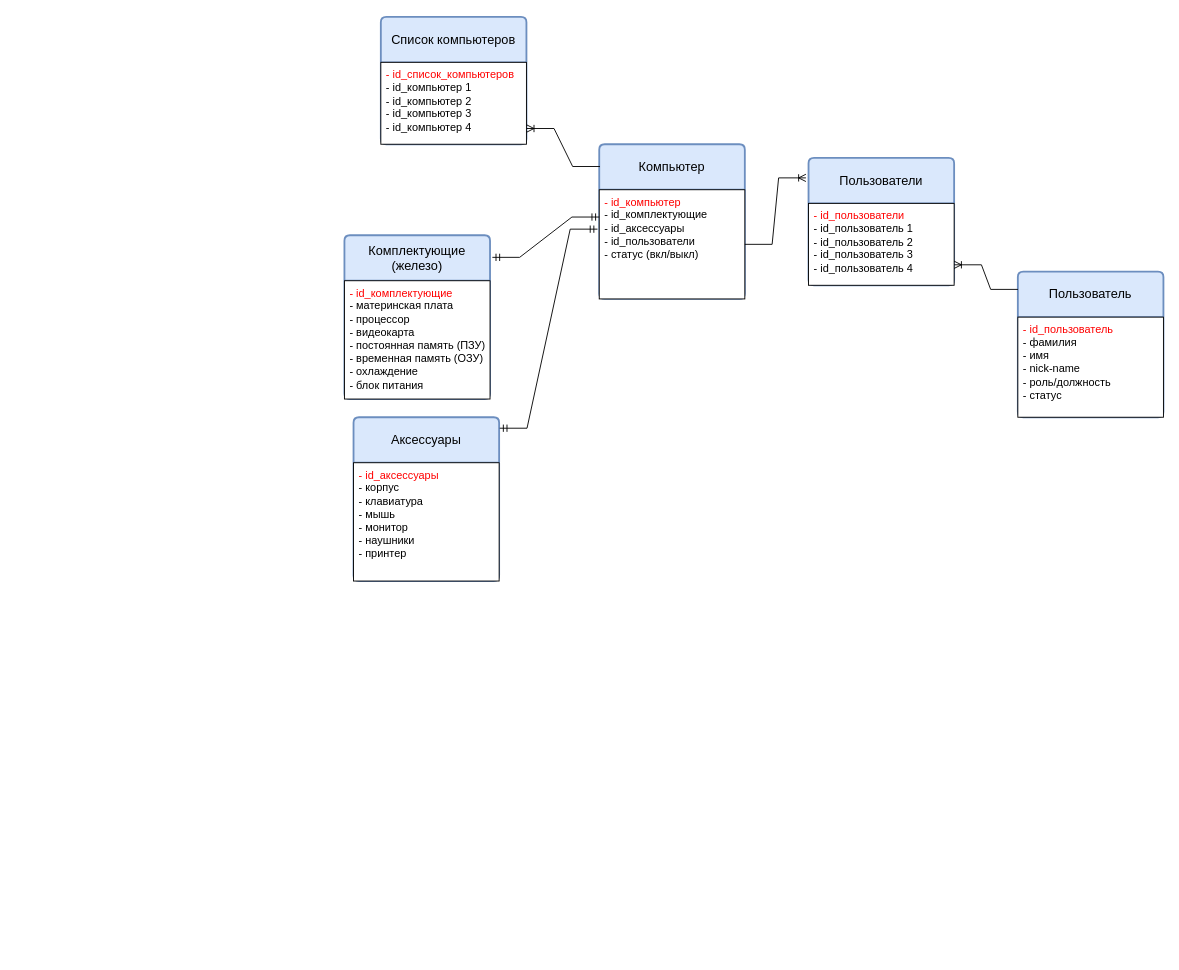
This is LW_1/DB_LW_1-computers.drawio from KREeDo5/data-bases, a draw.io file, before an edit. Source tidied: cells renumbered, new cells numbered last; positions are measured from the earlier drawing's top-left corner, leaving out a move shared by most shapes. Both pictures are drawn from the tidied source at 91%, with x=0, y=0 at pixel (344, 16).
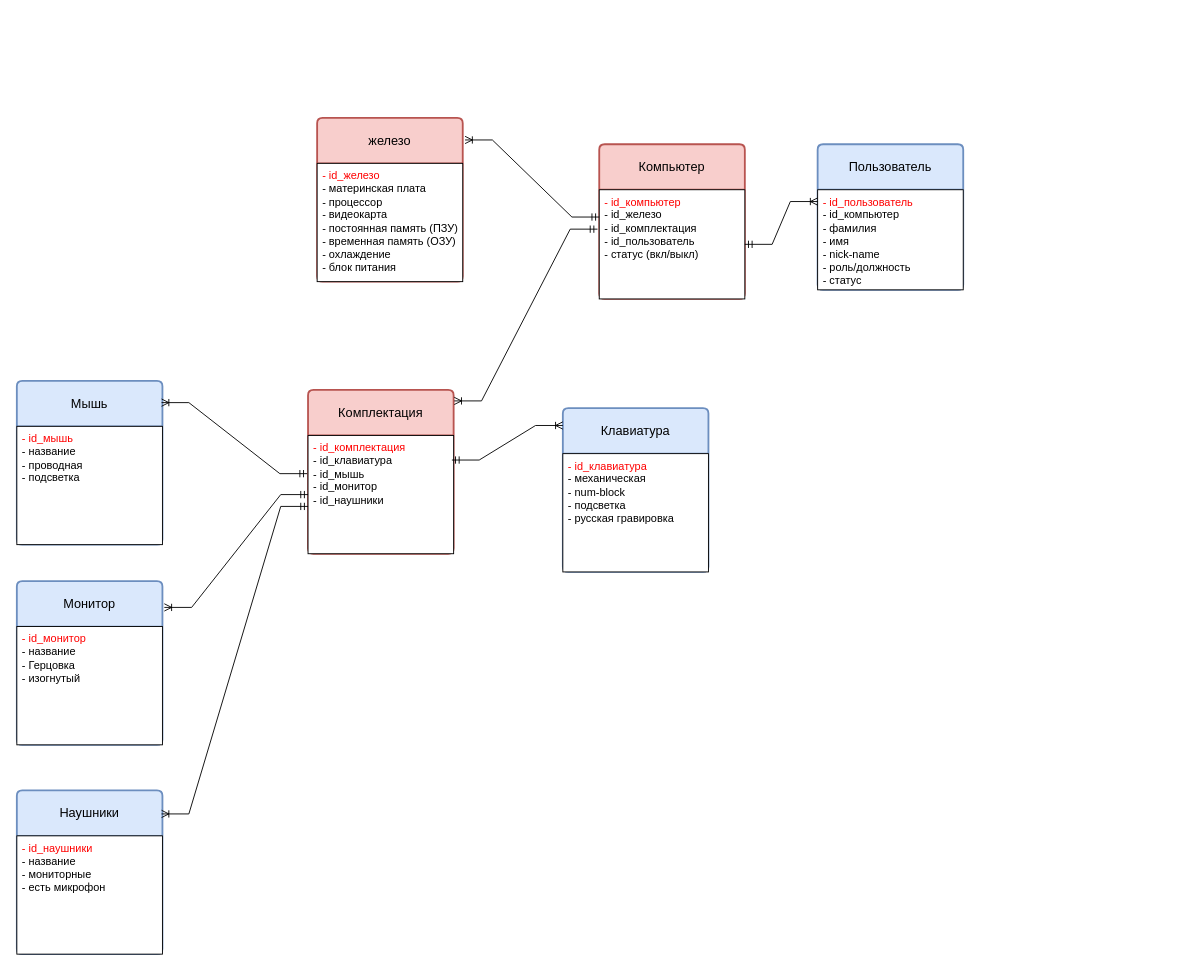
Above is the later version.

Diff of the diagram source:
```diff
@@
-    <mxCell id="2" value="Список компьютеров" style="swimlane;horizontal=1;startSize=50;rounded=1;fontSize=14;fontStyle=0;strokeWidth=2;shadow=0;dashed=0;align=center;arcSize=4;whiteSpace=wrap;html=1;fillColor=#dae8fc;strokeColor=#6c8ebf;" parent="1" vertex="1">
-      <mxGeometry x="40" width="160" height="140" as="geometry" />
-    </mxCell>
-    <mxCell id="3" value="&lt;font color=&quot;#ff0000&quot;&gt;- id_список_компьютеров&lt;br&gt;&lt;/font&gt;- id_компьютер 1&lt;br&gt;- id_компьютер 2&lt;br&gt;- id_компьютер 3&lt;br&gt;- id_компьютер 4" style="align=left;spacingLeft=4;fontSize=12;verticalAlign=top;html=1;" parent="2" vertex="1">
-      <mxGeometry y="50" width="160" height="90" as="geometry" />
-    </mxCell>
-    <mxCell id="4" value="Компьютер" style="swimlane;horizontal=1;startSize=50;rounded=1;fontSize=14;fontStyle=0;strokeWidth=2;shadow=0;dashed=0;align=center;arcSize=4;whiteSpace=wrap;html=1;fillColor=#dae8fc;strokeColor=#6c8ebf;" parent="1" vertex="1">
+    <mxCell id="4" value="Компьютер" style="swimlane;horizontal=1;startSize=50;rounded=1;fontSize=14;fontStyle=0;strokeWidth=2;shadow=0;dashed=0;align=center;arcSize=4;whiteSpace=wrap;html=1;fillColor=#f8cecc;strokeColor=#b85450;" parent="1" vertex="1">
       <mxGeometry x="280" y="140" width="160" height="170" as="geometry" />
     </mxCell>
-    <mxCell id="5" value="&lt;font color=&quot;#ff0000&quot;&gt;- id_компьютер&lt;br&gt;&lt;/font&gt;- id_комплектующие&lt;br style=&quot;border-color: var(--border-color);&quot;&gt;- id_аксессуары&lt;br&gt;- id_пользователи&lt;br&gt;- статус (вкл/выкл)" style="align=left;spacingLeft=4;fontSize=12;verticalAlign=top;html=1;" parent="4" vertex="1">
+    <mxCell id="5" value="&lt;font color=&quot;#ff0000&quot;&gt;- id_компьютер&lt;br&gt;&lt;/font&gt;- id_железо&lt;br style=&quot;border-color: var(--border-color);&quot;&gt;- id_комплектация&lt;br&gt;- id_пользователь&lt;br&gt;- статус (вкл/выкл)" style="align=left;spacingLeft=4;fontSize=12;verticalAlign=top;html=1;" parent="4" vertex="1">
       <mxGeometry y="50" width="160" height="120" as="geometry" />
     </mxCell>
-    <mxCell id="6" value="Аксессуары" style="swimlane;horizontal=1;startSize=50;rounded=1;fontSize=14;fontStyle=0;strokeWidth=2;shadow=0;dashed=0;align=center;arcSize=4;whiteSpace=wrap;html=1;fillColor=#dae8fc;strokeColor=#6c8ebf;" parent="1" vertex="1">
-      <mxGeometry x="10" y="440" width="160" height="180" as="geometry" />
+    <mxCell id="6" value="Комплектация" style="swimlane;horizontal=1;startSize=50;rounded=1;fontSize=14;fontStyle=0;strokeWidth=2;shadow=0;dashed=0;align=center;arcSize=4;whiteSpace=wrap;html=1;fillColor=#f8cecc;strokeColor=#b85450;" parent="1" vertex="1">
+      <mxGeometry x="-40" y="410" width="160" height="180" as="geometry" />
     </mxCell>
-    <mxCell id="7" value="&lt;font color=&quot;#ff0000&quot;&gt;- id_аксессуары&lt;br&gt;&lt;/font&gt;- корпус&lt;br style=&quot;border-color: var(--border-color); color: rgb(255, 0, 0);&quot;&gt;- клавиатура&lt;br&gt;- мышь&lt;br&gt;- монитор&lt;br&gt;- наушники&lt;br&gt;- принтер&lt;br&gt;" style="align=left;spacingLeft=4;fontSize=12;verticalAlign=top;html=1;" parent="6" vertex="1">
+    <mxCell id="7" value="&lt;font color=&quot;#ff0000&quot;&gt;- id_комплектация&lt;/font&gt;&lt;br style=&quot;border-color: var(--border-color); color: rgb(255, 0, 0);&quot;&gt;- id_клавиатура&lt;br&gt;- id_мышь&lt;br&gt;- id_монитор&lt;br&gt;- id_наушники" style="align=left;spacingLeft=4;fontSize=12;verticalAlign=top;html=1;" parent="6" vertex="1">
       <mxGeometry y="50" width="160" height="130" as="geometry" />
     </mxCell>
-    <mxCell id="8" style="edgeStyle=entityRelationEdgeStyle;fontSize=12;html=1;endArrow=ERmandOne;startArrow=ERmandOne;rounded=0;exitX=-0.012;exitY=0.361;exitDx=0;exitDy=0;entryX=1.004;entryY=0.067;entryDx=0;entryDy=0;exitPerimeter=0;entryPerimeter=0;" parent="1" edge="1" source="5" target="6">
+    <mxCell id="8" style="edgeStyle=entityRelationEdgeStyle;fontSize=12;html=1;endArrow=ERoneToMany;startArrow=ERmandOne;rounded=0;exitX=-0.012;exitY=0.361;exitDx=0;exitDy=0;entryX=1.004;entryY=0.067;entryDx=0;entryDy=0;exitPerimeter=0;entryPerimeter=0;startFill=0;endFill=0;" parent="1" edge="1" source="5" target="6">
       <mxGeometry relative="1" as="geometry" />
     </mxCell>
-    <mxCell id="9" value="Комплектующие&lt;br&gt;(железо)" style="swimlane;horizontal=1;startSize=50;rounded=1;fontSize=14;fontStyle=0;strokeWidth=2;shadow=0;dashed=0;align=center;arcSize=4;whiteSpace=wrap;html=1;fillColor=#dae8fc;strokeColor=#6c8ebf;" parent="1" vertex="1">
-      <mxGeometry y="240" width="160" height="180" as="geometry" />
+    <mxCell id="9" value="железо" style="swimlane;horizontal=1;startSize=50;rounded=1;fontSize=14;fontStyle=0;strokeWidth=2;shadow=0;dashed=0;align=center;arcSize=4;whiteSpace=wrap;html=1;fillColor=#f8cecc;strokeColor=#b85450;" parent="1" vertex="1">
+      <mxGeometry x="-30" y="111" width="160" height="180" as="geometry" />
     </mxCell>
-    <mxCell id="10" value="&lt;font color=&quot;#ff0000&quot;&gt;- id_комплектующие&lt;br&gt;&lt;/font&gt;- материнская плата&lt;br&gt;- процессор&lt;br&gt;- видеокарта&lt;br&gt;- постоянная память (ПЗУ)&lt;br&gt;- временная память (ОЗУ)&lt;br&gt;- охлаждение&lt;br&gt;- блок питания" style="align=left;spacingLeft=4;fontSize=12;verticalAlign=top;html=1;" parent="9" vertex="1">
+    <mxCell id="10" value="&lt;font color=&quot;#ff0000&quot;&gt;- id_железо&lt;br&gt;&lt;/font&gt;- материнская плата&lt;br&gt;- процессор&lt;br&gt;- видеокарта&lt;br&gt;- постоянная память (ПЗУ)&lt;br&gt;- временная память (ОЗУ)&lt;br&gt;- охлаждение&lt;br&gt;- блок питания" style="align=left;spacingLeft=4;fontSize=12;verticalAlign=top;html=1;" parent="9" vertex="1">
       <mxGeometry y="50" width="160" height="130" as="geometry" />
     </mxCell>
-    <mxCell id="11" style="edgeStyle=entityRelationEdgeStyle;fontSize=12;html=1;endArrow=ERmandOne;startArrow=ERmandOne;rounded=0;exitX=0;exitY=0.25;exitDx=0;exitDy=0;entryX=1.016;entryY=0.135;entryDx=0;entryDy=0;entryPerimeter=0;" parent="1" edge="1" source="5" target="9">
+    <mxCell id="11" style="edgeStyle=entityRelationEdgeStyle;fontSize=12;html=1;endArrow=ERoneToMany;startArrow=ERmandOne;rounded=0;exitX=0;exitY=0.25;exitDx=0;exitDy=0;entryX=1.016;entryY=0.135;entryDx=0;entryDy=0;entryPerimeter=0;startFill=0;endFill=0;" parent="1" edge="1" source="5" target="9">
       <mxGeometry relative="1" as="geometry">
         <Array as="points">
           <mxPoint x="270" y="220" />
         </Array>
       </mxGeometry>
     </mxCell>
-    <mxCell id="12" style="edgeStyle=entityRelationEdgeStyle;fontSize=12;html=1;endArrow=ERoneToMany;rounded=0;exitX=0.005;exitY=0.144;exitDx=0;exitDy=0;exitPerimeter=0;entryX=1.002;entryY=0.808;entryDx=0;entryDy=0;entryPerimeter=0;" parent="1" edge="1" source="4" target="3">
-      <mxGeometry relative="1" as="geometry" />
-    </mxCell>
-    <mxCell id="13" value="Пользователи" style="swimlane;horizontal=1;startSize=50;rounded=1;fontSize=14;fontStyle=0;strokeWidth=2;shadow=0;dashed=0;align=center;arcSize=4;whiteSpace=wrap;html=1;fillColor=#dae8fc;strokeColor=#6c8ebf;" parent="1" vertex="1">
-      <mxGeometry x="510" y="155" width="160" height="140" as="geometry" />
-    </mxCell>
-    <mxCell id="14" value="&lt;font color=&quot;#ff0000&quot;&gt;- id_пользователи&lt;br&gt;&lt;/font&gt;- id_пользователь 1&lt;br&gt;- id_пользователь 2&lt;br&gt;- id_пользователь 3&lt;br&gt;- id_пользователь 4" style="align=left;spacingLeft=4;fontSize=12;verticalAlign=top;html=1;" parent="13" vertex="1">
-      <mxGeometry y="50" width="160" height="90" as="geometry" />
-    </mxCell>
     <mxCell id="15" value="Пользователь" style="swimlane;horizontal=1;startSize=50;rounded=1;fontSize=14;fontStyle=0;strokeWidth=2;shadow=0;dashed=0;align=center;arcSize=4;whiteSpace=wrap;html=1;fillColor=#dae8fc;strokeColor=#6c8ebf;" parent="1" vertex="1">
-      <mxGeometry x="740" y="280" width="160" height="160" as="geometry" />
+      <mxGeometry x="520" y="140" width="160" height="160" as="geometry" />
     </mxCell>
-    <mxCell id="16" value="&lt;font color=&quot;#ff0000&quot;&gt;- id_пользователь&lt;br&gt;&lt;/font&gt;- фамилия&lt;br&gt;- имя&lt;br&gt;- nick-name&lt;br&gt;- роль/должность&lt;br&gt;- статус" style="align=left;spacingLeft=4;fontSize=12;verticalAlign=top;html=1;" parent="15" vertex="1">
+    <mxCell id="16" value="&lt;font color=&quot;#ff0000&quot;&gt;- id_пользователь&lt;/font&gt;&lt;br&gt;-&lt;font color=&quot;#ff0000&quot;&gt; &lt;/font&gt;id_компьютер&lt;br&gt;- фамилия&lt;br&gt;- имя&lt;br&gt;- nick-name&lt;br&gt;- роль/должность&lt;br&gt;- статус" style="align=left;spacingLeft=4;fontSize=12;verticalAlign=top;html=1;" parent="15" vertex="1">
       <mxGeometry y="50" width="160" height="110" as="geometry" />
     </mxCell>
-    <mxCell id="17" style="edgeStyle=entityRelationEdgeStyle;fontSize=12;html=1;endArrow=ERoneToMany;rounded=0;exitX=1;exitY=0.5;exitDx=0;exitDy=0;entryX=-0.018;entryY=0.157;entryDx=0;entryDy=0;entryPerimeter=0;" parent="1" edge="1" source="5" target="13">
+    <mxCell id="17" style="edgeStyle=entityRelationEdgeStyle;fontSize=12;html=1;endArrow=ERoneToMany;rounded=0;exitX=1;exitY=0.5;exitDx=0;exitDy=0;entryX=0;entryY=0.118;entryDx=0;entryDy=0;entryPerimeter=0;startArrow=ERmandOne;startFill=0;" parent="1" edge="1" source="5" target="16">
       <mxGeometry relative="1" as="geometry" />
     </mxCell>
-    <mxCell id="18" style="edgeStyle=entityRelationEdgeStyle;fontSize=12;html=1;endArrow=ERoneToMany;rounded=0;exitX=0.001;exitY=0.122;exitDx=0;exitDy=0;entryX=1;entryY=0.75;entryDx=0;entryDy=0;exitPerimeter=0;" parent="1" edge="1" source="15" target="14">
-      <mxGeometry relative="1" as="geometry" />
-    </mxCell>
+    <mxCell id="19" value="Клавиатура" style="swimlane;horizontal=1;startSize=50;rounded=1;fontSize=14;fontStyle=0;strokeWidth=2;shadow=0;dashed=0;align=center;arcSize=4;whiteSpace=wrap;html=1;fillColor=#dae8fc;strokeColor=#6c8ebf;" parent="1" vertex="1">
+      <mxGeometry x="240" y="430" width="160" height="180" as="geometry" />
+    </mxCell>
+    <mxCell id="20" value="&lt;font color=&quot;#ff0000&quot;&gt;- id_клавиатура&lt;br&gt;&lt;/font&gt;- механическая&lt;br&gt;- num-block&lt;br&gt;- подсветка&lt;br&gt;- русская гравировка" style="align=left;spacingLeft=4;fontSize=12;verticalAlign=top;html=1;" parent="19" vertex="1">
+      <mxGeometry y="50" width="160" height="130" as="geometry" />
+    </mxCell>
+    <mxCell id="21" style="edgeStyle=entityRelationEdgeStyle;fontSize=12;html=1;endArrow=ERoneToMany;rounded=0;exitX=0.988;exitY=0.208;exitDx=0;exitDy=0;entryX=0;entryY=0.106;entryDx=0;entryDy=0;entryPerimeter=0;exitPerimeter=0;startArrow=ERmandOne;startFill=0;" parent="1" edge="1" source="7" target="19">
+      <mxGeometry relative="1" as="geometry" />
+    </mxCell>
+    <mxCell id="22" value="Мышь" style="swimlane;horizontal=1;startSize=50;rounded=1;fontSize=14;fontStyle=0;strokeWidth=2;shadow=0;dashed=0;align=center;arcSize=4;whiteSpace=wrap;html=1;fillColor=#dae8fc;strokeColor=#6c8ebf;" parent="1" vertex="1">
+      <mxGeometry x="-360" y="400" width="160" height="180" as="geometry" />
+    </mxCell>
+    <mxCell id="23" value="&lt;font color=&quot;#ff0000&quot;&gt;- id_мышь&lt;/font&gt;&lt;br&gt;- название&lt;br&gt;- проводная&lt;br&gt;- подсветка" style="align=left;spacingLeft=4;fontSize=12;verticalAlign=top;html=1;" parent="22" vertex="1">
+      <mxGeometry y="50" width="160" height="130" as="geometry" />
+    </mxCell>
+    <mxCell id="24" value="Наушники" style="swimlane;horizontal=1;startSize=50;rounded=1;fontSize=14;fontStyle=0;strokeWidth=2;shadow=0;dashed=0;align=center;arcSize=4;whiteSpace=wrap;html=1;fillColor=#dae8fc;strokeColor=#6c8ebf;" parent="1" vertex="1">
+      <mxGeometry x="-360" y="850" width="160" height="180" as="geometry" />
+    </mxCell>
+    <mxCell id="25" value="&lt;font color=&quot;#ff0000&quot;&gt;- id_наушники&lt;br&gt;&lt;/font&gt;- название&lt;br&gt;- мониторные&lt;br&gt;- есть микрофон" style="align=left;spacingLeft=4;fontSize=12;verticalAlign=top;html=1;" parent="24" vertex="1">
+      <mxGeometry y="50" width="160" height="130" as="geometry" />
+    </mxCell>
+    <mxCell id="26" style="edgeStyle=entityRelationEdgeStyle;fontSize=12;html=1;endArrow=ERoneToMany;rounded=0;exitX=-0.006;exitY=0.323;exitDx=0;exitDy=0;exitPerimeter=0;startArrow=ERmandOne;startFill=0;entryX=0.994;entryY=0.133;entryDx=0;entryDy=0;entryPerimeter=0;" parent="1" edge="1" source="7" target="22">
+      <mxGeometry relative="1" as="geometry" />
+    </mxCell>
+    <mxCell id="27" style="edgeStyle=entityRelationEdgeStyle;fontSize=12;html=1;endArrow=ERoneToMany;rounded=0;exitX=0;exitY=0.6;exitDx=0;exitDy=0;exitPerimeter=0;startArrow=ERmandOne;startFill=0;entryX=0.994;entryY=0.144;entryDx=0;entryDy=0;entryPerimeter=0;" parent="1" edge="1" source="7" target="24">
+      <mxGeometry relative="1" as="geometry">
+        <Array as="points">
+          <mxPoint x="11" y="778" />
+        </Array>
+      </mxGeometry>
+    </mxCell>
+    <mxCell id="28" value="Монитор" style="swimlane;horizontal=1;startSize=50;rounded=1;fontSize=14;fontStyle=0;strokeWidth=2;shadow=0;dashed=0;align=center;arcSize=4;whiteSpace=wrap;html=1;fillColor=#dae8fc;strokeColor=#6c8ebf;" parent="1" vertex="1">
+      <mxGeometry x="-360" y="620" width="160" height="180" as="geometry" />
+    </mxCell>
+    <mxCell id="29" value="&lt;font color=&quot;#ff0000&quot;&gt;- id_монитор&lt;br&gt;&lt;/font&gt;- название&lt;br&gt;- Герцовка&lt;br&gt;- изогнутый" style="align=left;spacingLeft=4;fontSize=12;verticalAlign=top;html=1;" parent="28" vertex="1">
+      <mxGeometry y="50" width="160" height="130" as="geometry" />
+    </mxCell>
+    <mxCell id="30" style="edgeStyle=entityRelationEdgeStyle;fontSize=12;html=1;endArrow=ERoneToMany;rounded=0;exitX=0;exitY=0.5;exitDx=0;exitDy=0;startArrow=ERmandOne;startFill=0;entryX=1.013;entryY=0.161;entryDx=0;entryDy=0;entryPerimeter=0;" parent="1" edge="1" source="7" target="28">
+      <mxGeometry relative="1" as="geometry">
+        <Array as="points">
+          <mxPoint x="21" y="788" />
+        </Array>
+      </mxGeometry>
+    </mxCell>
```
